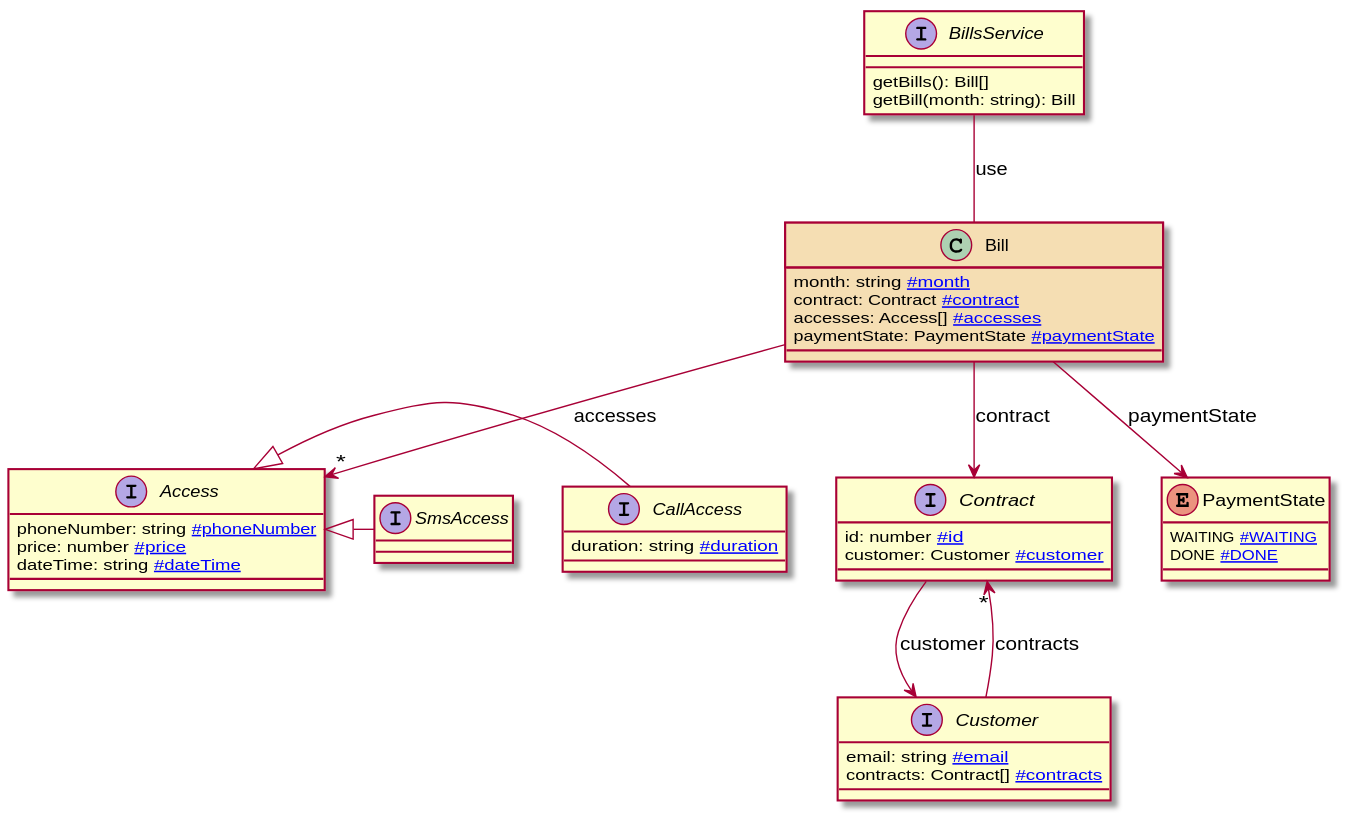
jboz/living-documentation keeps this PlantUML diagram as livingdoc-typescript-plugin/docs/diagram.svg. Above is the earlier version.
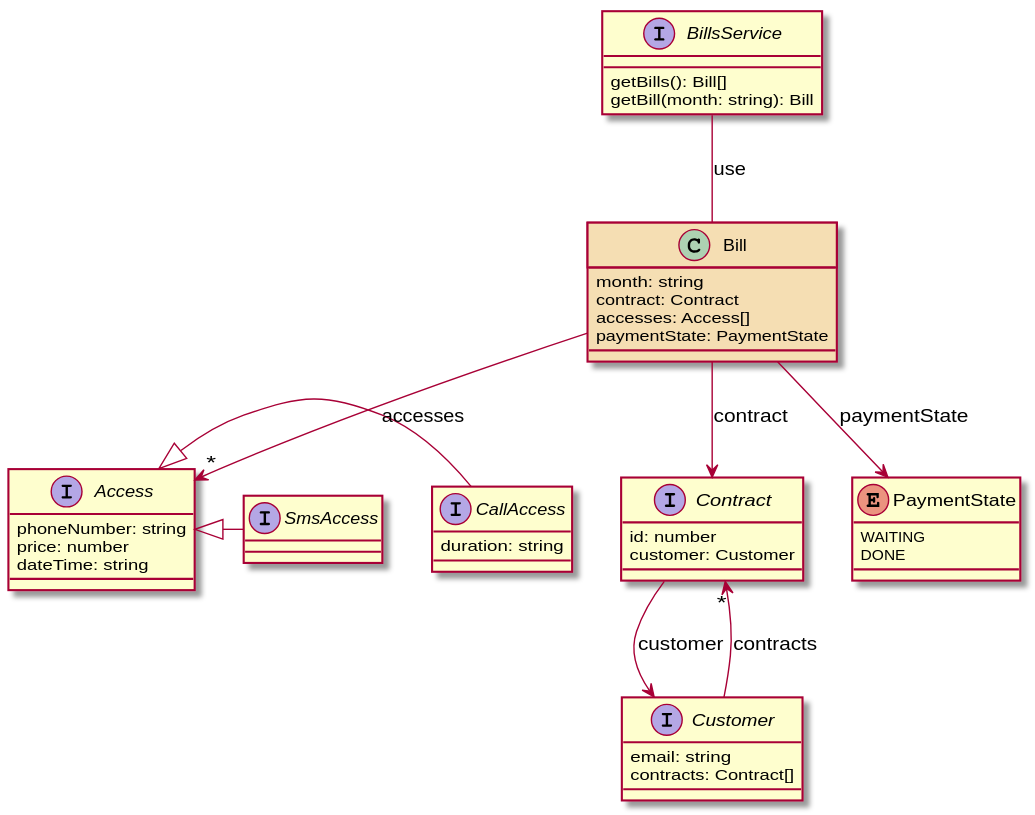
After the change.

Diff of the diagram source:
```diff
@@ -1,15 +1,15 @@
 @startuml
 interface Access [[#Access]] {
-  phoneNumber: string [[#phoneNumber]]
-  price: number [[#price]]
-  dateTime: string [[#dateTime]]
+  phoneNumber: string
+  price: number
+  dateTime: string
 }
 
 class Bill [[#Bill]] #wheat {
-  month: string [[#month]]
-  contract: Contract [[#contract]]
-  accesses: Access[] [[#accesses]]
-  paymentState: PaymentState [[#paymentState]]
+  month: string
+  contract: Contract
+  accesses: Access[]
+  paymentState: PaymentState
 }
 
 interface BillsService [[#BillsService]] {
@@ -18,22 +18,22 @@
 }
 
 interface CallAccess [[#CallAccess]] {
-  duration: string [[#duration]]
+  duration: string
 }
 
 interface Contract [[#Contract]] {
-  id: number [[#id]]
-  customer: Customer [[#customer]]
+  id: number
+  customer: Customer
 }
 
 interface Customer [[#Customer]] {
-  email: string [[#email]]
-  contracts: Contract[] [[#contracts]]
+  email: string
+  contracts: Contract[]
 }
 
 enum PaymentState [[#PaymentState]] {
-  WAITING [[#WAITING]]
-  DONE [[#DONE]]
+  WAITING
+  DONE
 }
 
 interface SmsAccess [[#SmsAccess]]
```
